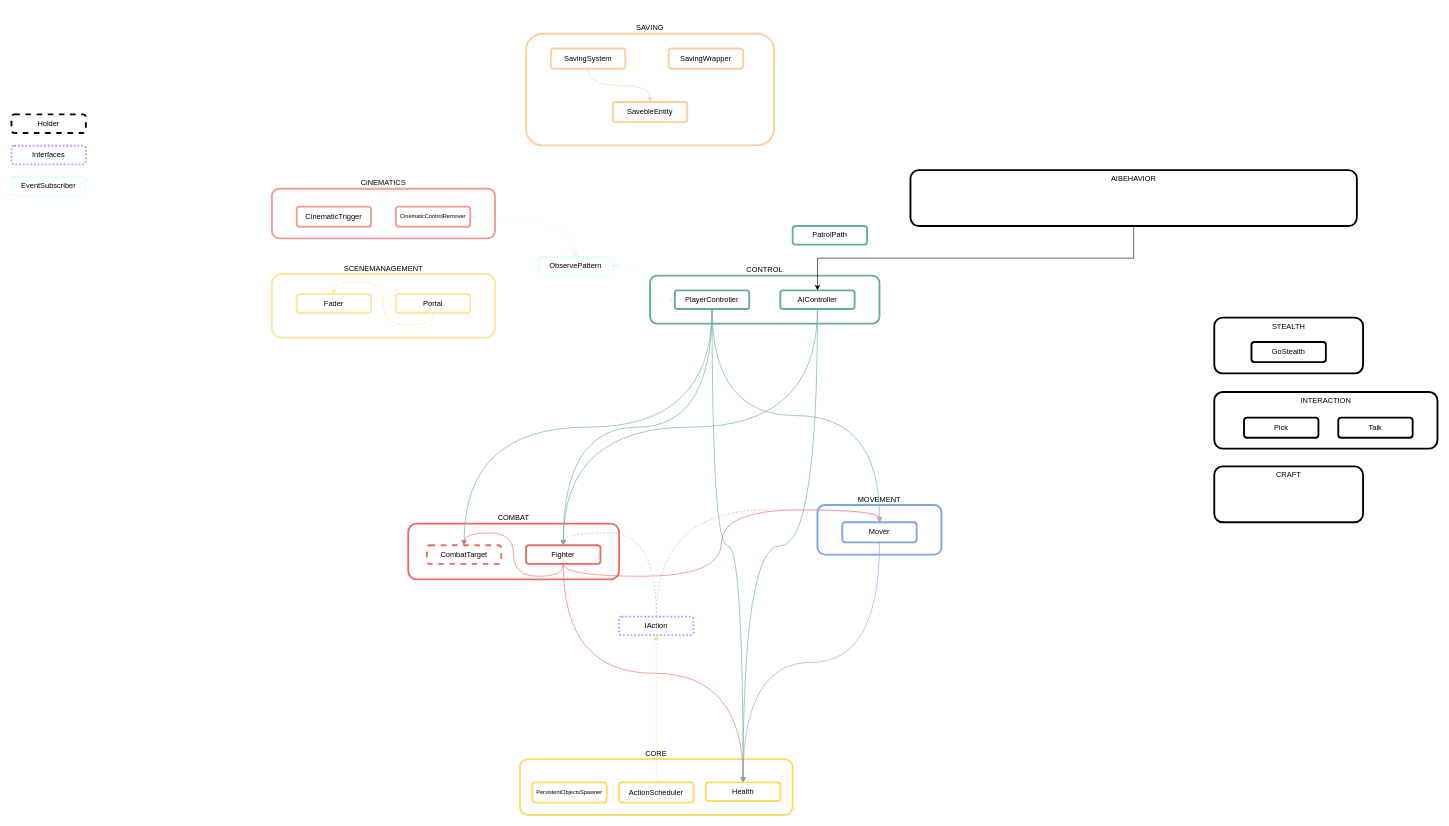
rafaelmmedeiros/Mount-Mortem-Mystery keeps this draw.io diagram as _Docs/Architecture.drawio. Above is the earlier version. Source tidied: cells renumbered, new cells numbered last; positions are measured from the earlier drawing's top-left corner, leaving out a move shared by most shapes. Both pictures are drawn from the tidied source at 62%, with x=0, y=0 at pixel (11, 33).
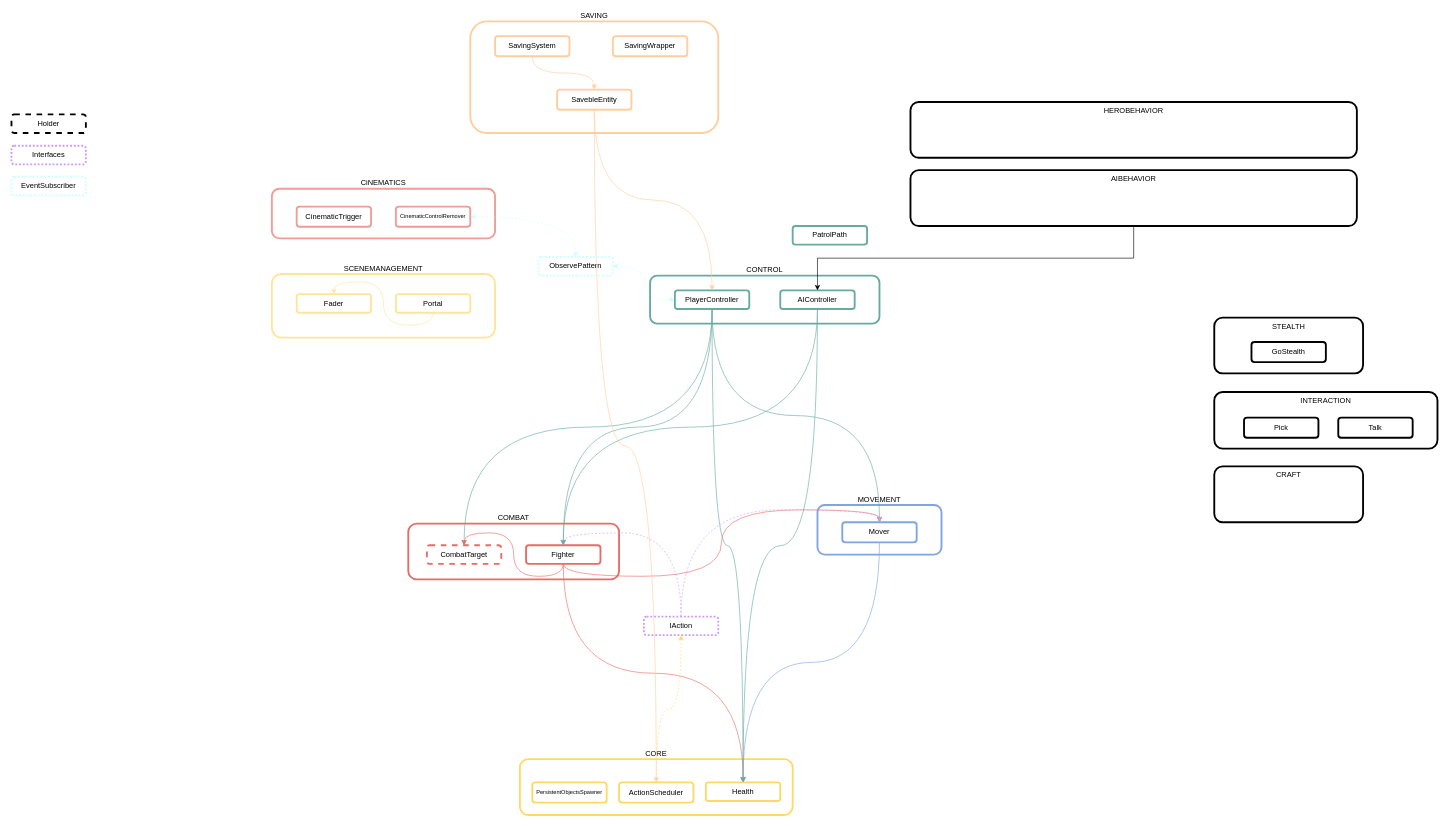
The same diagram, later.

Unchanged cells that the change refers to:
```xml
<mxCell id="11" value="PlayerController" style="rounded=1;whiteSpace=wrap;html=1;strokeWidth=3;strokeColor=#67AB9F;" parent="1" vertex="1">
  <mxGeometry x="1070" y="413.8" width="120" height="30" as="geometry" />
</mxCell>
<mxCell id="21" value="ActionScheduler" style="rounded=1;whiteSpace=wrap;html=1;strokeWidth=3;strokeColor=#FFD966;" parent="1" vertex="1">
  <mxGeometry x="980" y="1207.5" width="120" height="32.5" as="geometry" />
</mxCell>
```

What changed in the source:
```diff
@@
     <mxCell id="24" value="IAction" style="rounded=1;whiteSpace=wrap;html=1;strokeWidth=3;strokeColor=#CC99FF;dashed=1;dashPattern=1 1;" parent="1" vertex="1">
-      <mxGeometry x="980" y="940" width="120" height="30" as="geometry" />
+      <mxGeometry x="1020" y="940" width="120" height="30" as="geometry" />
     </mxCell>
@@
     <mxCell id="50" value="SAVING&lt;br&gt;" style="rounded=1;whiteSpace=wrap;html=1;strokeWidth=3;align=center;labelPosition=center;verticalLabelPosition=top;verticalAlign=bottom;strokeColor=#FFCE9F;" parent="1" vertex="1">
-      <mxGeometry x="830" width="400" height="180" as="geometry" />
+      <mxGeometry x="740" y="-20" width="400" height="180" as="geometry" />
     </mxCell>
@@
     <mxCell id="52" value="SavingSystem" style="rounded=1;whiteSpace=wrap;html=1;strokeWidth=3;verticalAlign=middle;strokeColor=#FFCE9F;" parent="1" vertex="1">
-      <mxGeometry x="870" y="23.8" width="120" height="32.5" as="geometry" />
+      <mxGeometry x="780" y="3.8" width="120" height="32.5" as="geometry" />
     </mxCell>
     <mxCell id="53" value="SavingWrapper" style="rounded=1;whiteSpace=wrap;html=1;strokeWidth=3;verticalAlign=middle;strokeColor=#FFCE9F;" parent="1" vertex="1">
-      <mxGeometry x="1060" y="23.8" width="120" height="32.5" as="geometry" />
+      <mxGeometry x="970" y="3.8" width="120" height="32.5" as="geometry" />
     </mxCell>
+    <mxCell id="55" style="edgeStyle=orthogonalEdgeStyle;curved=1;rounded=0;jettySize=auto;html=1;exitX=0.5;exitY=1;exitDx=0;exitDy=0;strokeColor=#FFCE9F;" parent="1" edge="1" source="54" target="11">
+      <mxGeometry relative="1" as="geometry" />
+    </mxCell>
+    <mxCell id="56" style="edgeStyle=orthogonalEdgeStyle;curved=1;rounded=0;jettySize=auto;html=1;exitX=0.5;exitY=1;exitDx=0;exitDy=0;strokeColor=#FFCE9F;" parent="1" edge="1" source="54" target="21">
+      <mxGeometry relative="1" as="geometry" />
+    </mxCell>
     <mxCell id="54" value="SavebleEntity" style="rounded=1;whiteSpace=wrap;html=1;strokeWidth=3;verticalAlign=middle;strokeColor=#FFCE9F;" parent="1" vertex="1">
-      <mxGeometry x="970" y="110" width="120" height="32.5" as="geometry" />
+      <mxGeometry x="880" y="90" width="120" height="32.5" as="geometry" />
     </mxCell>
+    <mxCell id="57" value="HEROBEHAVIOR" style="rounded=1;whiteSpace=wrap;html=1;strokeWidth=3;align=center;labelPosition=center;verticalLabelPosition=middle;verticalAlign=top;" parent="1" vertex="1">
+      <mxGeometry x="1450" y="110" width="720" height="90" as="geometry" />
+    </mxCell>
```
